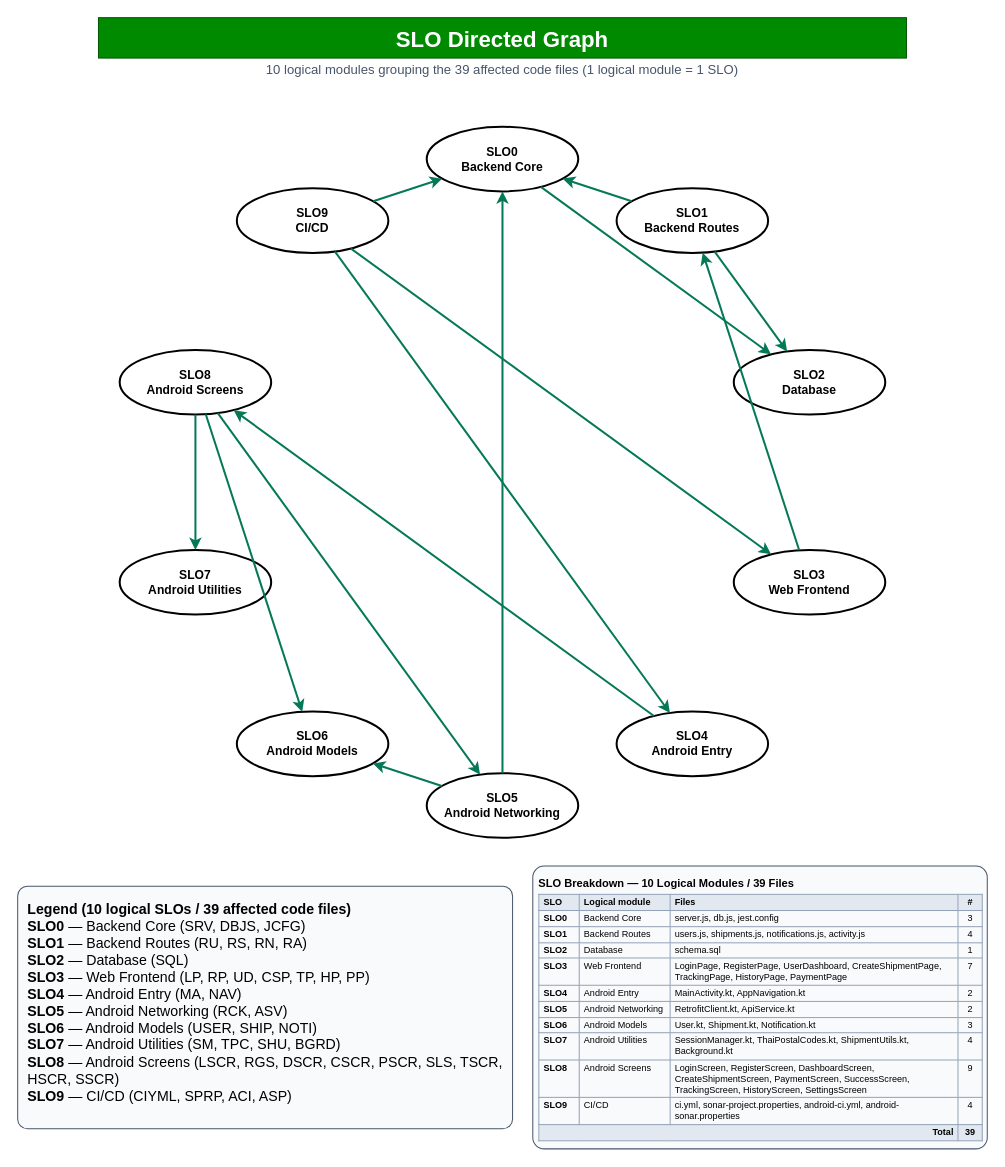
The draw.io diagram page "SLOs" (3 of 4) of phase-2-emerald-handoff/diagrams/TraceabilityGraph-Final.drawio in FantasticRattee/software-construction-capstone, before the edit. Source tidied: cells renumbered, new cells numbered last; positions are measured from the earlier drawing's top-left corner, leaving out a move shared by most shapes. Both pictures are drawn from the tidied source at 101%, with x=0, y=0 at pixel (17, 17).
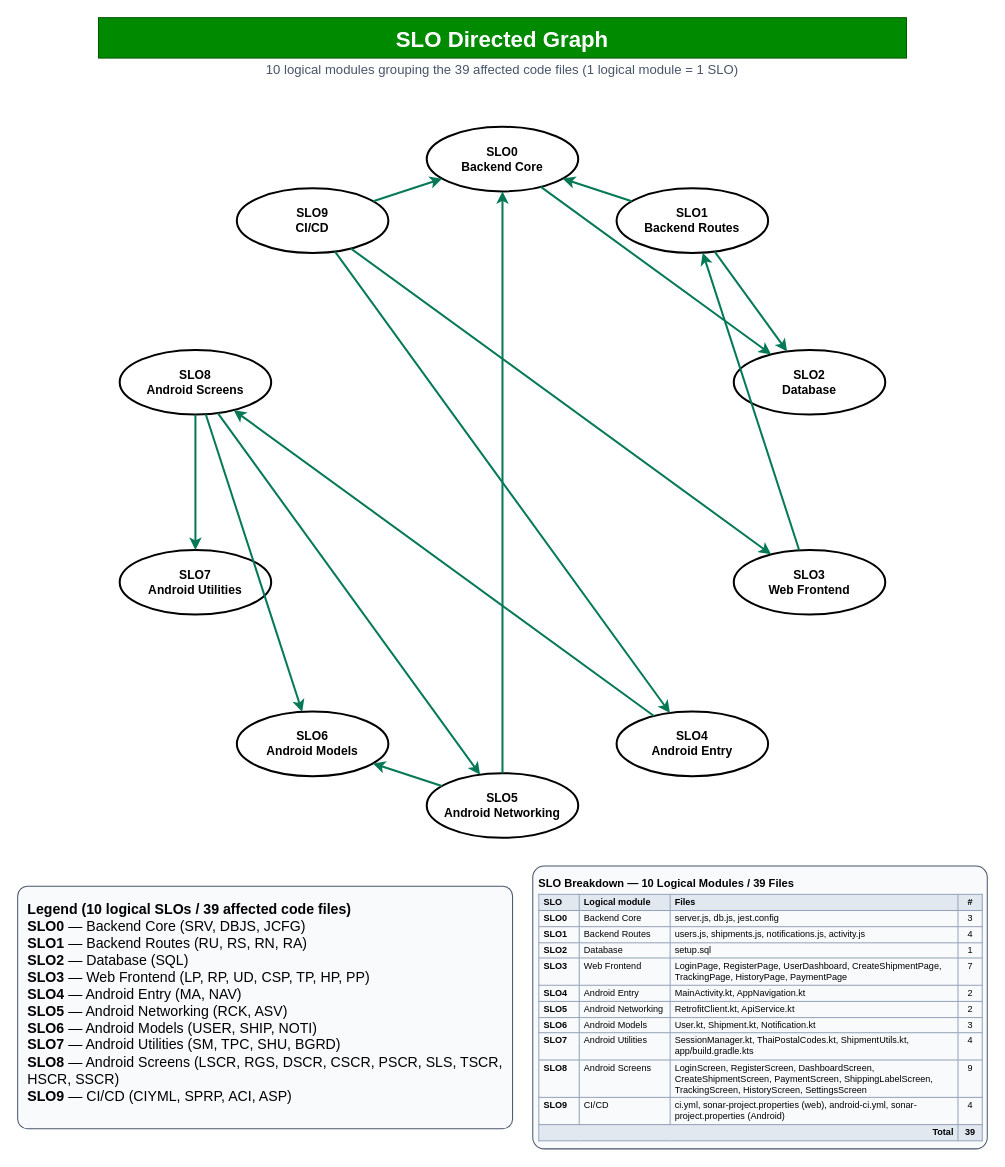
The same page after the edit.

The edit, as a diff of the source:
```diff
@@
-    <mxCell id="28" value="&lt;b style=&quot;font-size:11px&quot;&gt;SLO Breakdown — 10 Logical Modules / 39 Files&lt;/b&gt;&lt;table style=&quot;border-collapse:collapse;font-size:9px;margin-top:4px;table-layout:fixed;width:100%&quot;&gt;&lt;colgroup&gt;&lt;col style=&quot;width:40px&quot;/&gt;&lt;col style=&quot;width:90px&quot;/&gt;&lt;col&gt;&lt;col style=&quot;width:24px&quot;/&gt;&lt;/colgroup&gt;&lt;tr&gt;&lt;td style=&quot;padding:2px 4px;border:1px solid #94a3b8;vertical-align:top;font-weight:bold;background:#e2e8f0&quot;&gt;SLO&lt;/td&gt;&lt;td style=&quot;padding:2px 4px;border:1px solid #94a3b8;vertical-align:top;font-weight:bold;background:#e2e8f0&quot;&gt;Logical module&lt;/td&gt;&lt;td style=&quot;padding:2px 4px;border:1px solid #94a3b8;vertical-align:top;font-weight:bold;background:#e2e8f0&quot;&gt;Files&lt;/td&gt;&lt;td style=&quot;padding:2px 4px;border:1px solid #94a3b8;vertical-align:top;font-weight:bold;background:#e2e8f0;text-align:center&quot;&gt;#&lt;/td&gt;&lt;/tr&gt;&lt;tr&gt;&lt;td style=&quot;padding:2px 4px;border:1px solid #94a3b8;vertical-align:top;font-weight:bold&quot;&gt;SLO0&lt;/td&gt;&lt;td style=&quot;padding:2px 4px;border:1px solid #94a3b8;vertical-align:top&quot;&gt;Backend Core&lt;/td&gt;&lt;td style=&quot;padding:2px 4px;border:1px solid #94a3b8;vertical-align:top&quot;&gt;server.js, db.js, jest.config&lt;/td&gt;&lt;td style=&quot;padding:2px 4px;border:1px solid #94a3b8;vertical-align:top;text-align:center&quot;&gt;3&lt;/td&gt;&lt;/tr&gt;&lt;tr&gt;&lt;td style=&quot;padding:2px 4px;border:1px solid #94a3b8;vertical-align:top;font-weight:bold&quot;&gt;SLO1&lt;/td&gt;&lt;td style=&quot;padding:2px 4px;border:1px solid #94a3b8;vertical-align:top&quot;&gt;Backend Routes&lt;/td&gt;&lt;td style=&quot;padding:2px 4px;border:1px solid #94a3b8;vertical-align:top&quot;&gt;users.js, shipments.js, notifications.js, activity.js&lt;/td&gt;&lt;td style=&quot;padding:2px 4px;border:1px solid #94a3b8;vertical-align:top;text-align:center&quot;&gt;4&lt;/td&gt;&lt;/tr&gt;&lt;tr&gt;&lt;td style=&quot;padding:2px 4px;border:1px solid #94a3b8;vertical-align:top;font-weight:bold&quot;&gt;SLO2&lt;/td&gt;&lt;td style=&quot;padding:2px 4px;border:1px solid #94a3b8;vertical-align:top&quot;&gt;Database&lt;/td&gt;&lt;td style=&quot;padding:2px 4px;border:1px solid #94a3b8;vertical-align:top&quot;&gt;schema.sql&lt;/td&gt;&lt;td style=&quot;padding:2px 4px;border:1px solid #94a3b8;vertical-align:top;text-align:center&quot;&gt;1&lt;/td&gt;&lt;/tr&gt;&lt;tr&gt;&lt;td style=&quot;padding:2px 4px;border:1px solid #94a3b8;vertical-align:top;font-weight:bold&quot;&gt;SLO3&lt;/td&gt;&lt;td style=&quot;padding:2px 4px;border:1px solid #94a3b8;vertical-align:top&quot;&gt;Web Frontend&lt;/td&gt;&lt;td style=&quot;padding:2px 4px;border:1px solid #94a3b8;vertical-align:top&quot;&gt;LoginPage, RegisterPage, UserDashboard, CreateShipmentPage, TrackingPage, HistoryPage, PaymentPage&lt;/td&gt;&lt;td style=&quot;padding:2px 4px;border:1px solid #94a3b8;vertical-align:top;text-align:center&quot;&gt;7&lt;/td&gt;&lt;/tr&gt;&lt;tr&gt;&lt;td style=&quot;padding:2px 4px;border:1px solid #94a3b8;vertical-align:top;font-weight:bold&quot;&gt;SLO4&lt;/td&gt;&lt;td style=&quot;padding:2px 4px;border:1px solid #94a3b8;vertical-align:top&quot;&gt;Android Entry&lt;/td&gt;&lt;td style=&quot;padding:2px 4px;border:1px solid #94a3b8;vertical-align:top&quot;&gt;MainActivity.kt, AppNavigation.kt&lt;/td&gt;&lt;td style=&quot;padding:2px 4px;border:1px solid #94a3b8;vertical-align:top;text-align:center&quot;&gt;2&lt;/td&gt;&lt;/tr&gt;&lt;tr&gt;&lt;td style=&quot;padding:2px 4px;border:1px solid #94a3b8;vertical-align:top;font-weight:bold&quot;&gt;SLO5&lt;/td&gt;&lt;td style=&quot;padding:2px 4px;border:1px solid #94a3b8;vertical-align:top&quot;&gt;Android Networking&lt;/td&gt;&lt;td style=&quot;padding:2px 4px;border:1px solid #94a3b8;vertical-align:top&quot;&gt;RetrofitClient.kt, ApiService.kt&lt;/td&gt;&lt;td style=&quot;padding:2px 4px;border:1px solid #94a3b8;vertical-align:top;text-align:center&quot;&gt;2&lt;/td&gt;&lt;/tr&gt;&lt;tr&gt;&lt;td style=&quot;padding:2px 4px;border:1px solid #94a3b8;vertical-align:top;font-weight:bold&quot;&gt;SLO6&lt;/td&gt;&lt;td style=&quot;padding:2px 4px;border:1px solid #94a3b8;vertical-align:top&quot;&gt;Android Models&lt;/td&gt;&lt;td style=&quot;padding:2px 4px;border:1px solid #94a3b8;vertical-align:top&quot;&gt;User.kt, Shipment.kt, Notification.kt&lt;/td&gt;&lt;td style=&quot;padding:2px 4px;border:1px solid #94a3b8;vertical-align:top;text-align:center&quot;&gt;3&lt;/td&gt;&lt;/tr&gt;&lt;tr&gt;&lt;td style=&quot;padding:2px 4px;border:1px solid #94a3b8;vertical-align:top;font-weight:bold&quot;&gt;SLO7&lt;/td&gt;&lt;td style=&quot;padding:2px 4px;border:1px solid #94a3b8;vertical-align:top&quot;&gt;Android Utilities&lt;/td&gt;&lt;td style=&quot;padding:2px 4px;border:1px solid #94a3b8;vertical-align:top&quot;&gt;SessionManager.kt, ThaiPostalCodes.kt, ShipmentUtils.kt, Background.kt&lt;/td&gt;&lt;td style=&quot;padding:2px 4px;border:1px solid #94a3b8;vertical-align:top;text-align:center&quot;&gt;4&lt;/td&gt;&lt;/tr&gt;&lt;tr&gt;&lt;td style=&quot;padding:2px 4px;border:1px solid #94a3b8;vertical-align:top;font-weight:bold&quot;&gt;SLO8&lt;/td&gt;&lt;td style=&quot;padding:2px 4px;border:1px solid #94a3b8;vertical-align:top&quot;&gt;Android Screens&lt;/td&gt;&lt;td style=&quot;padding:2px 4px;border:1px solid #94a3b8;vertical-align:top&quot;&gt;LoginScreen, RegisterScreen, DashboardScreen, CreateShipmentScreen, PaymentScreen, SuccessScreen, TrackingScreen, HistoryScreen, SettingsScreen&lt;/td&gt;&lt;td style=&quot;padding:2px 4px;border:1px solid #94a3b8;vertical-align:top;text-align:center&quot;&gt;9&lt;/td&gt;&lt;/tr&gt;&lt;tr&gt;&lt;td style=&quot;padding:2px 4px;border:1px solid #94a3b8;vertical-align:top;font-weight:bold&quot;&gt;SLO9&lt;/td&gt;&lt;td style=&quot;padding:2px 4px;border:1px solid #94a3b8;vertical-align:top&quot;&gt;CI/CD&lt;/td&gt;&lt;td style=&quot;padding:2px 4px;border:1px solid #94a3b8;vertical-align:top&quot;&gt;ci.yml, sonar-project.properties, android-ci.yml, android-sonar.properties&lt;/td&gt;&lt;td style=&quot;padding:2px 4px;border:1px solid #94a3b8;vertical-align:top;text-align:center&quot;&gt;4&lt;/td&gt;&lt;/tr&gt;&lt;tr&gt;&lt;td colspan=&quot;3&quot; style=&quot;padding:2px 4px;border:1px solid #94a3b8;vertical-align:top;font-weight:bold;background:#e2e8f0;text-align:right&quot;&gt;Total&lt;/td&gt;&lt;td style=&quot;padding:2px 4px;border:1px solid #94a3b8;vertical-align:top;font-weight:bold;background:#e2e8f0;text-align:center&quot;&gt;39&lt;/td&gt;&lt;/tr&gt;&lt;/table&gt;" style="rounded=1;whiteSpace=wrap;html=1;fillColor=#f8fafc;strokeColor=#475569;fontSize=9;fontColor=#000000;align=left;verticalAlign=top;arcSize=4;spacing=6;" parent="1" vertex="1">
+    <mxCell id="28" value="&lt;b style=&quot;font-size:11px&quot;&gt;SLO Breakdown — 10 Logical Modules / 39 Files&lt;/b&gt;&lt;table style=&quot;border-collapse:collapse;font-size:9px;margin-top:4px;table-layout:fixed;width:100%&quot;&gt;&lt;colgroup&gt;&lt;col style=&quot;width:40px&quot;/&gt;&lt;col style=&quot;width:90px&quot;/&gt;&lt;col&gt;&lt;col style=&quot;width:24px&quot;/&gt;&lt;/colgroup&gt;&lt;tr&gt;&lt;td style=&quot;padding:2px 4px;border:1px solid #94a3b8;vertical-align:top;font-weight:bold;background:#e2e8f0&quot;&gt;SLO&lt;/td&gt;&lt;td style=&quot;padding:2px 4px;border:1px solid #94a3b8;vertical-align:top;font-weight:bold;background:#e2e8f0&quot;&gt;Logical module&lt;/td&gt;&lt;td style=&quot;padding:2px 4px;border:1px solid #94a3b8;vertical-align:top;font-weight:bold;background:#e2e8f0&quot;&gt;Files&lt;/td&gt;&lt;td style=&quot;padding:2px 4px;border:1px solid #94a3b8;vertical-align:top;font-weight:bold;background:#e2e8f0;text-align:center&quot;&gt;#&lt;/td&gt;&lt;/tr&gt;&lt;tr&gt;&lt;td style=&quot;padding:2px 4px;border:1px solid #94a3b8;vertical-align:top;font-weight:bold&quot;&gt;SLO0&lt;/td&gt;&lt;td style=&quot;padding:2px 4px;border:1px solid #94a3b8;vertical-align:top&quot;&gt;Backend Core&lt;/td&gt;&lt;td style=&quot;padding:2px 4px;border:1px solid #94a3b8;vertical-align:top&quot;&gt;server.js, db.js, jest.config&lt;/td&gt;&lt;td style=&quot;padding:2px 4px;border:1px solid #94a3b8;vertical-align:top;text-align:center&quot;&gt;3&lt;/td&gt;&lt;/tr&gt;&lt;tr&gt;&lt;td style=&quot;padding:2px 4px;border:1px solid #94a3b8;vertical-align:top;font-weight:bold&quot;&gt;SLO1&lt;/td&gt;&lt;td style=&quot;padding:2px 4px;border:1px solid #94a3b8;vertical-align:top&quot;&gt;Backend Routes&lt;/td&gt;&lt;td style=&quot;padding:2px 4px;border:1px solid #94a3b8;vertical-align:top&quot;&gt;users.js, shipments.js, notifications.js, activity.js&lt;/td&gt;&lt;td style=&quot;padding:2px 4px;border:1px solid #94a3b8;vertical-align:top;text-align:center&quot;&gt;4&lt;/td&gt;&lt;/tr&gt;&lt;tr&gt;&lt;td style=&quot;padding:2px 4px;border:1px solid #94a3b8;vertical-align:top;font-weight:bold&quot;&gt;SLO2&lt;/td&gt;&lt;td style=&quot;padding:2px 4px;border:1px solid #94a3b8;vertical-align:top&quot;&gt;Database&lt;/td&gt;&lt;td style=&quot;padding:2px 4px;border:1px solid #94a3b8;vertical-align:top&quot;&gt;setup.sql&lt;/td&gt;&lt;td style=&quot;padding:2px 4px;border:1px solid #94a3b8;vertical-align:top;text-align:center&quot;&gt;1&lt;/td&gt;&lt;/tr&gt;&lt;tr&gt;&lt;td style=&quot;padding:2px 4px;border:1px solid #94a3b8;vertical-align:top;font-weight:bold&quot;&gt;SLO3&lt;/td&gt;&lt;td style=&quot;padding:2px 4px;border:1px solid #94a3b8;vertical-align:top&quot;&gt;Web Frontend&lt;/td&gt;&lt;td style=&quot;padding:2px 4px;border:1px solid #94a3b8;vertical-align:top&quot;&gt;LoginPage, RegisterPage, UserDashboard, CreateShipmentPage, TrackingPage, HistoryPage, PaymentPage&lt;/td&gt;&lt;td style=&quot;padding:2px 4px;border:1px solid #94a3b8;vertical-align:top;text-align:center&quot;&gt;7&lt;/td&gt;&lt;/tr&gt;&lt;tr&gt;&lt;td style=&quot;padding:2px 4px;border:1px solid #94a3b8;vertical-align:top;font-weight:bold&quot;&gt;SLO4&lt;/td&gt;&lt;td style=&quot;padding:2px 4px;border:1px solid #94a3b8;vertical-align:top&quot;&gt;Android Entry&lt;/td&gt;&lt;td style=&quot;padding:2px 4px;border:1px solid #94a3b8;vertical-align:top&quot;&gt;MainActivity.kt, AppNavigation.kt&lt;/td&gt;&lt;td style=&quot;padding:2px 4px;border:1px solid #94a3b8;vertical-align:top;text-align:center&quot;&gt;2&lt;/td&gt;&lt;/tr&gt;&lt;tr&gt;&lt;td style=&quot;padding:2px 4px;border:1px solid #94a3b8;vertical-align:top;font-weight:bold&quot;&gt;SLO5&lt;/td&gt;&lt;td style=&quot;padding:2px 4px;border:1px solid #94a3b8;vertical-align:top&quot;&gt;Android Networking&lt;/td&gt;&lt;td style=&quot;padding:2px 4px;border:1px solid #94a3b8;vertical-align:top&quot;&gt;RetrofitClient.kt, ApiService.kt&lt;/td&gt;&lt;td style=&quot;padding:2px 4px;border:1px solid #94a3b8;vertical-align:top;text-align:center&quot;&gt;2&lt;/td&gt;&lt;/tr&gt;&lt;tr&gt;&lt;td style=&quot;padding:2px 4px;border:1px solid #94a3b8;vertical-align:top;font-weight:bold&quot;&gt;SLO6&lt;/td&gt;&lt;td style=&quot;padding:2px 4px;border:1px solid #94a3b8;vertical-align:top&quot;&gt;Android Models&lt;/td&gt;&lt;td style=&quot;padding:2px 4px;border:1px solid #94a3b8;vertical-align:top&quot;&gt;User.kt, Shipment.kt, Notification.kt&lt;/td&gt;&lt;td style=&quot;padding:2px 4px;border:1px solid #94a3b8;vertical-align:top;text-align:center&quot;&gt;3&lt;/td&gt;&lt;/tr&gt;&lt;tr&gt;&lt;td style=&quot;padding:2px 4px;border:1px solid #94a3b8;vertical-align:top;font-weight:bold&quot;&gt;SLO7&lt;/td&gt;&lt;td style=&quot;padding:2px 4px;border:1px solid #94a3b8;vertical-align:top&quot;&gt;Android Utilities&lt;/td&gt;&lt;td style=&quot;padding:2px 4px;border:1px solid #94a3b8;vertical-align:top&quot;&gt;SessionManager.kt, ThaiPostalCodes.kt, ShipmentUtils.kt, app/build.gradle.kts&lt;/td&gt;&lt;td style=&quot;padding:2px 4px;border:1px solid #94a3b8;vertical-align:top;text-align:center&quot;&gt;4&lt;/td&gt;&lt;/tr&gt;&lt;tr&gt;&lt;td style=&quot;padding:2px 4px;border:1px solid #94a3b8;vertical-align:top;font-weight:bold&quot;&gt;SLO8&lt;/td&gt;&lt;td style=&quot;padding:2px 4px;border:1px solid #94a3b8;vertical-align:top&quot;&gt;Android Screens&lt;/td&gt;&lt;td style=&quot;padding:2px 4px;border:1px solid #94a3b8;vertical-align:top&quot;&gt;LoginScreen, RegisterScreen, DashboardScreen, CreateShipmentScreen, PaymentScreen, ShippingLabelScreen, TrackingScreen, HistoryScreen, SettingsScreen&lt;/td&gt;&lt;td style=&quot;padding:2px 4px;border:1px solid #94a3b8;vertical-align:top;text-align:center&quot;&gt;9&lt;/td&gt;&lt;/tr&gt;&lt;tr&gt;&lt;td style=&quot;padding:2px 4px;border:1px solid #94a3b8;vertical-align:top;font-weight:bold&quot;&gt;SLO9&lt;/td&gt;&lt;td style=&quot;padding:2px 4px;border:1px solid #94a3b8;vertical-align:top&quot;&gt;CI/CD&lt;/td&gt;&lt;td style=&quot;padding:2px 4px;border:1px solid #94a3b8;vertical-align:top&quot;&gt;ci.yml, sonar-project.properties (web), android-ci.yml, sonar-project.properties (Android)&lt;/td&gt;&lt;td style=&quot;padding:2px 4px;border:1px solid #94a3b8;vertical-align:top;text-align:center&quot;&gt;4&lt;/td&gt;&lt;/tr&gt;&lt;tr&gt;&lt;td colspan=&quot;3&quot; style=&quot;padding:2px 4px;border:1px solid #94a3b8;vertical-align:top;font-weight:bold;background:#e2e8f0;text-align:right&quot;&gt;Total&lt;/td&gt;&lt;td style=&quot;padding:2px 4px;border:1px solid #94a3b8;vertical-align:top;font-weight:bold;background:#e2e8f0;text-align:center&quot;&gt;39&lt;/td&gt;&lt;/tr&gt;&lt;/table&gt;" style="rounded=1;whiteSpace=wrap;html=1;fillColor=#f8fafc;strokeColor=#475569;fontSize=9;fontColor=#000000;align=left;verticalAlign=top;arcSize=4;spacing=6;" parent="1" vertex="1">
       <mxGeometry x="510" y="840" width="450" height="280" as="geometry" />
     </mxCell>
```
